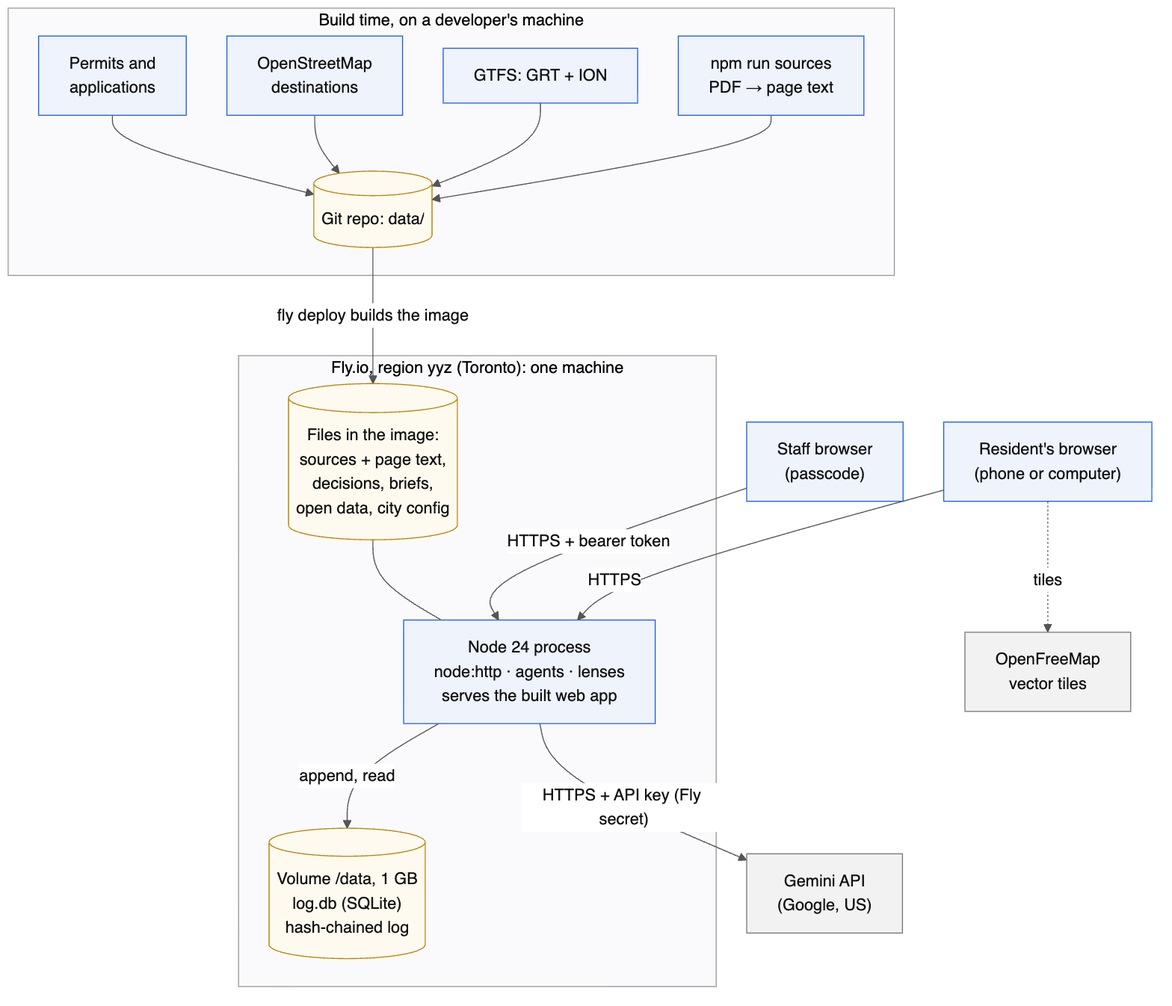
This is docs/uml/deployment.png from RichardLi-1/municipal-agents, a Mermaid export, as it was before one commit. Its source is kept beside it as docs/uml/deployment.mmd. Its diagram source:
```mermaid
flowchart TB
  rb["Resident's browser<br/>(phone or computer)"]
  sb["Staff browser<br/>(passcode)"]
  tiles["OpenFreeMap<br/>vector tiles"]

  subgraph fly["Fly.io, region yyz (Toronto): one machine"]
    direction LR
    node["Node 24 process<br/>node:http · agents · lenses<br/>serves the built web app"]
    baked[("Files in the image:<br/>sources + page text,<br/>decisions, briefs,<br/>open data, city config")]
    vol[("Volume /data, 1 GB<br/>log.db (SQLite)<br/>hash-chained log")]
  end

  gem["Gemini API<br/>(Google, US)"]

  subgraph build["Build time, on a developer's machine"]
    direction TB
    p1["npm run sources<br/>PDF → page text"]
    p2["GTFS: GRT + ION"]
    p3["OpenStreetMap<br/>destinations"]
    p4["Permits and<br/>applications"]
    repo[("Git repo: data/")]
  end

  rb -- "HTTPS" --> node
  sb -- "HTTPS + bearer token" --> node
  rb -. "tiles" .-> tiles
  baked --- node
  node -- "append, read" --> vol
  node -- "HTTPS + API key (Fly secret)" --> gem
  p1 & p2 & p3 & p4 --> repo
  repo -- "fly deploy builds the image" --> baked

  classDef ext fill:#f2f2f2,stroke:#777,color:#111
  classDef file fill:#fffaf0,stroke:#b8860b,color:#111
  class gem,tiles ext
  class baked,vol,repo file
```
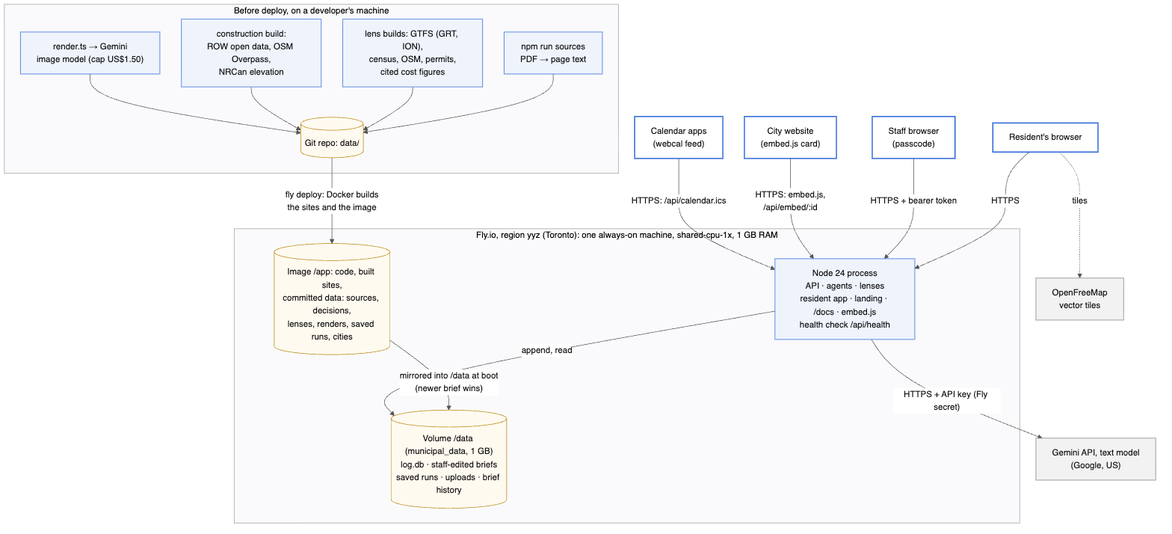
Later version of the same file.

The edit, as a diff of the source:
```diff
@@ -1,36 +1,42 @@
 flowchart TB
-  rb["Resident's browser<br/>(phone or computer)"]
+  rb["Resident's browser"]
   sb["Staff browser<br/>(passcode)"]
+  cw["City website<br/>(embed.js card)"]
+  ca["Calendar apps<br/>(webcal feed)"]
   tiles["OpenFreeMap<br/>vector tiles"]
 
-  subgraph fly["Fly.io, region yyz (Toronto): one machine"]
+  subgraph fly["Fly.io, region yyz (Toronto): one always-on machine, shared-cpu-1x, 1 GB RAM"]
     direction LR
-    node["Node 24 process<br/>node:http · agents · lenses<br/>serves the built web app"]
-    baked[("Files in the image:<br/>sources + page text,<br/>decisions, briefs,<br/>open data, city config")]
-    vol[("Volume /data, 1 GB<br/>log.db (SQLite)<br/>hash-chained log")]
+    node["Node 24 process<br/>API · agents · lenses<br/>resident app · landing · /docs · embed.js<br/>health check /api/health"]
+    baked[("Image /app: code, built sites,<br/>committed data: sources, decisions,<br/>lenses, renders, saved runs, cities")]
+    vol[("Volume /data (municipal_data, 1 GB)<br/>log.db · staff-edited briefs<br/>saved runs · uploads · brief history")]
   end
 
-  gem["Gemini API<br/>(Google, US)"]
+  gem["Gemini API, text model<br/>(Google, US)"]
 
-  subgraph build["Build time, on a developer's machine"]
-    direction TB
+  subgraph build["Before deploy, on a developer's machine"]
+    direction LR
     p1["npm run sources<br/>PDF → page text"]
-    p2["GTFS: GRT + ION"]
-    p3["OpenStreetMap<br/>destinations"]
-    p4["Permits and<br/>applications"]
+    p2["lens builds: GTFS (GRT, ION),<br/>census, OSM, permits,<br/>cited cost figures"]
+    p3["construction build:<br/>ROW open data, OSM Overpass,<br/>NRCan elevation"]
+    p4["render.ts → Gemini<br/>image model (cap US$1.50)"]
     repo[("Git repo: data/")]
   end
 
   rb -- "HTTPS" --> node
   sb -- "HTTPS + bearer token" --> node
+  cw -- "HTTPS: embed.js,<br/>/api/embed/:id" --> node
+  ca -- "HTTPS: /api/calendar.ics" --> node
   rb -. "tiles" .-> tiles
-  baked --- node
+  baked -- "mirrored into /data at boot<br/>(newer brief wins)" --> vol
   node -- "append, read" --> vol
   node -- "HTTPS + API key (Fly secret)" --> gem
   p1 & p2 & p3 & p4 --> repo
-  repo -- "fly deploy builds the image" --> baked
+  repo -- "fly deploy: Docker builds<br/>the sites and the image" --> baked
 
   classDef ext fill:#f2f2f2,stroke:#777,color:#111
   classDef file fill:#fffaf0,stroke:#b8860b,color:#111
+  classDef client fill:#ffffff,stroke:#1f5fd6,stroke-width:2px,color:#111
   class gem,tiles ext
   class baked,vol,repo file
+  class rb,sb,cw,ca client
```
